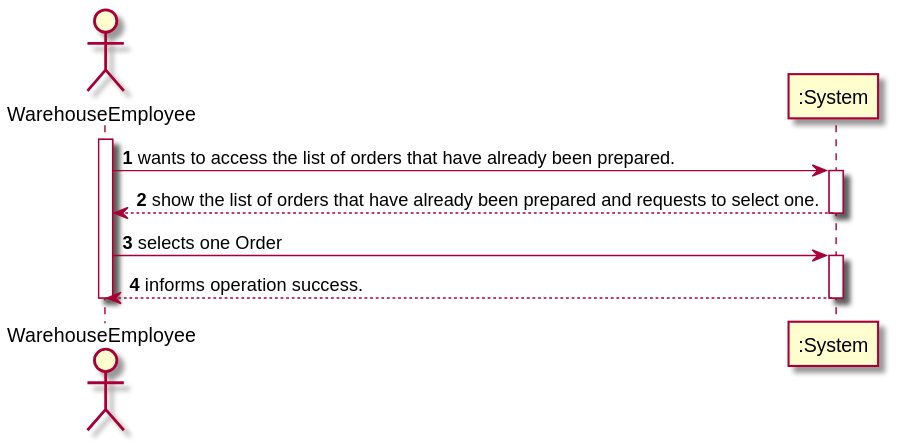
ana-albergaria/LAPR4-ISEP keeps this PlantUML diagram as docs/1201284/US2004/SSD_GetPreparedOrders.svg. Above is the earlier version.
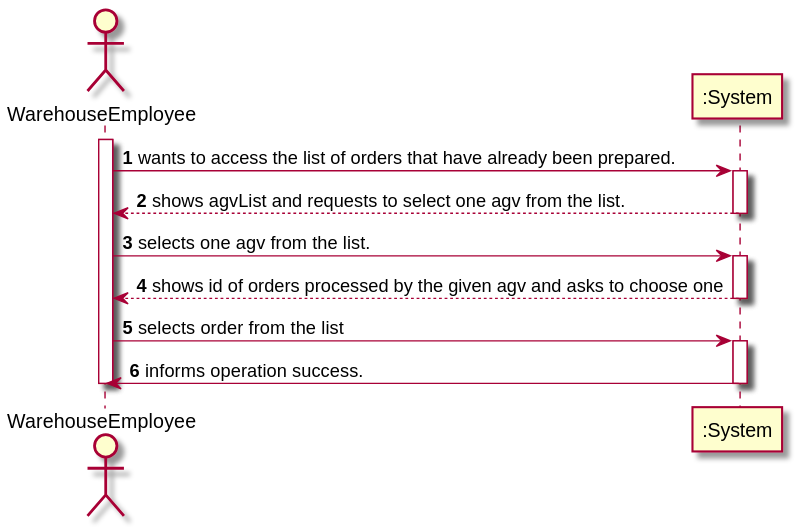
The same file after the commit.

What changed in the source:
```diff
@@ -11,17 +11,26 @@
 
 activate System
 
-System --> WE: show the list of orders that have already been prepared and requests to select one.
+System --> WE: shows agvList and requests to select one agv from the list.
 
 deactivate System
 
-WE -> System: selects one Order
+WE -> System: selects one agv from the list.
 
 activate System
 
-System --> WE: informs operation success.
+System --> WE: shows id of orders processed by the given agv and asks to choose one
 
 deactivate System
+
+WE -> System : selects order from the list
+
+activate System
+
+System -> WE : informs operation success.
+
+deactivate System
+
 
 deactivate WE
 
```
